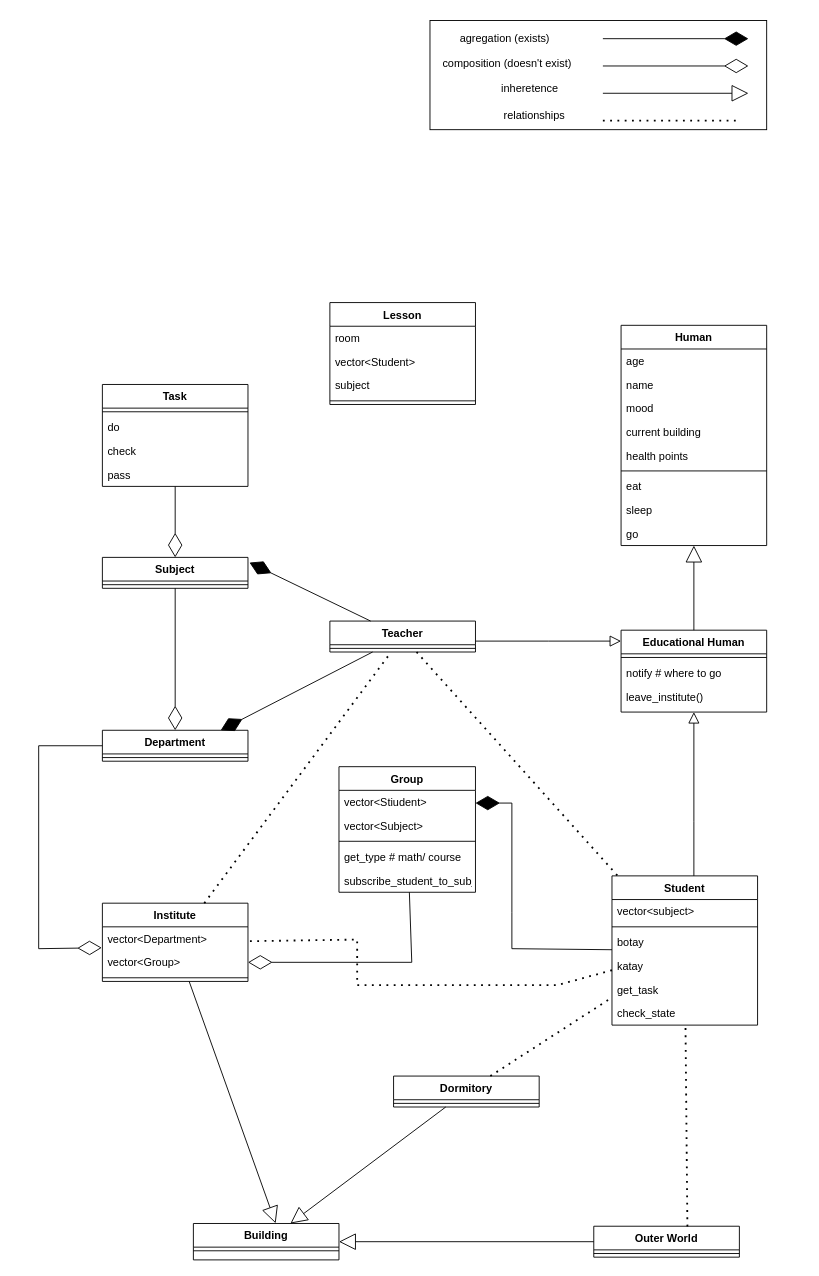
The draw.io diagram Диаграмма без названия.drawio in allythe/5sem_patterns, before the edit. Source tidied: cells renumbered, new cells numbered last; positions are measured from the earlier drawing's top-left corner, leaving out a move shared by most shapes. Both pictures are drawn from the tidied source at 91%, with x=0, y=0 at pixel (38, 20).
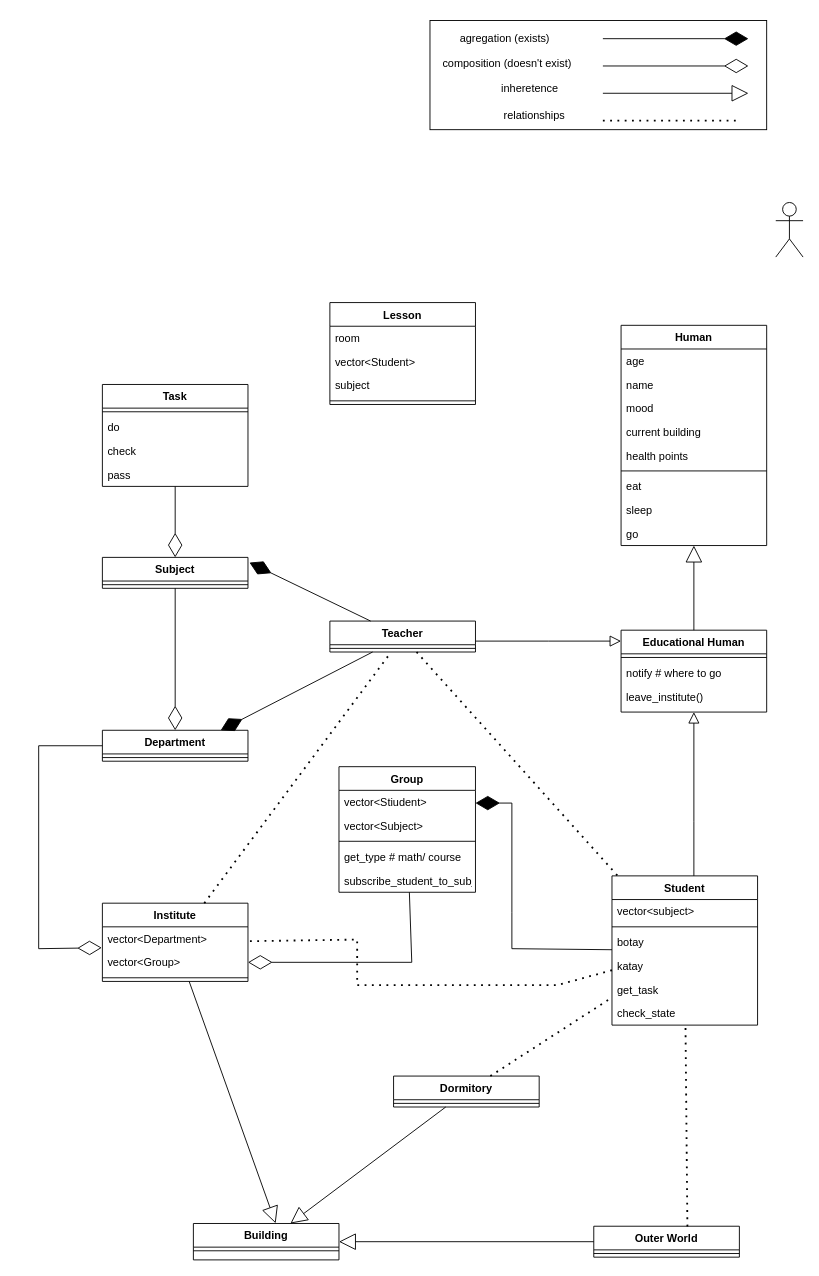
The same diagram, later.

Change to the diagram source:
```diff
@@
+    <mxCell id="82" style="shape=umlActor;verticalLabelPosition=bottom;verticalAlign=top;html=1;" parent="1" vertex="1">
+      <mxGeometry x="810" y="200" width="30" height="60" as="geometry" />
+    </mxCell>
```
